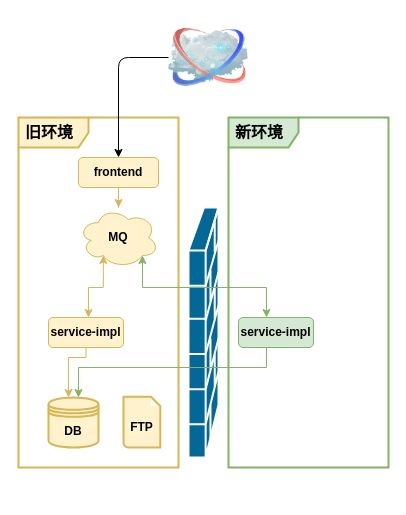
The draw.io diagram page "stage1" (1 of 2) of diagrams.net/update-aic-system.drawio in ZhengweiHou/simplegit, before the edit. Source tidied: cells renumbered, new cells numbered last; positions are measured from the earlier drawing's top-left corner, leaving out a move shared by most shapes. Both pictures are drawn from the tidied source at 100%, with x=0, y=0 at pixel (18, 17).
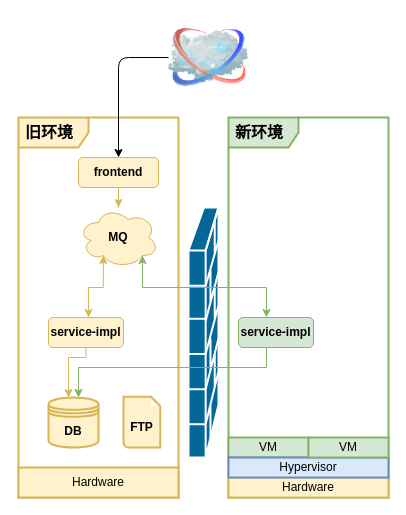
The same page after the edit.

Change to the diagram source:
```diff
@@
     <mxCell id="2" value="旧环境" style="shape=umlFrame;whiteSpace=wrap;html=1;width=70;height=30;boundedLbl=1;verticalAlign=middle;align=left;spacingLeft=5;rounded=0;strokeColor=#d6b656;fillColor=#fff2cc;sketch=0;fontStyle=1;fontSize=16;strokeWidth=2;" parent="1" vertex="1">
-      <mxGeometry y="100" width="160" height="350" as="geometry" />
+      <mxGeometry y="100" width="160" height="380" as="geometry" />
     </mxCell>
     <mxCell id="3" value="新环境" style="shape=umlFrame;whiteSpace=wrap;html=1;width=70;height=30;boundedLbl=1;verticalAlign=middle;align=left;spacingLeft=5;rounded=0;strokeColor=#82b366;fillColor=#d5e8d4;sketch=0;fontStyle=1;fontSize=16;strokeWidth=2;" parent="1" vertex="1">
-      <mxGeometry x="210" y="100" width="160" height="350" as="geometry" />
+      <mxGeometry x="210" y="100" width="160" height="380" as="geometry" />
     </mxCell>
+    <mxCell id="21" value="Hardware" style="rounded=0;whiteSpace=wrap;html=1;shadow=0;sketch=0;strokeColor=#d6b656;strokeWidth=2;fillColor=#fff2cc;" parent="1" vertex="1">
+      <mxGeometry y="450" width="160" height="30" as="geometry" />
+    </mxCell>
+    <mxCell id="22" value="Hardware" style="rounded=0;whiteSpace=wrap;html=1;shadow=0;sketch=0;strokeColor=#d6b656;strokeWidth=2;fillColor=#fff2cc;" parent="1" vertex="1">
+      <mxGeometry x="210" y="460" width="160" height="20" as="geometry" />
+    </mxCell>
+    <mxCell id="23" value="VM" style="rounded=0;whiteSpace=wrap;html=1;shadow=0;sketch=0;strokeColor=#82b366;strokeWidth=2;fillColor=#d5e8d4;" parent="1" vertex="1">
+      <mxGeometry x="210" y="420" width="80" height="20" as="geometry" />
+    </mxCell>
+    <mxCell id="24" value="Hypervisor" style="rounded=0;whiteSpace=wrap;html=1;shadow=0;sketch=0;strokeColor=#6c8ebf;strokeWidth=2;fillColor=#dae8fc;" parent="1" vertex="1">
+      <mxGeometry x="210" y="440" width="160" height="20" as="geometry" />
+    </mxCell>
+    <mxCell id="25" value="VM" style="rounded=0;whiteSpace=wrap;html=1;shadow=0;sketch=0;strokeColor=#82b366;strokeWidth=2;fillColor=#d5e8d4;" parent="1" vertex="1">
+      <mxGeometry x="290" y="420" width="80" height="20" as="geometry" />
+    </mxCell>
```
